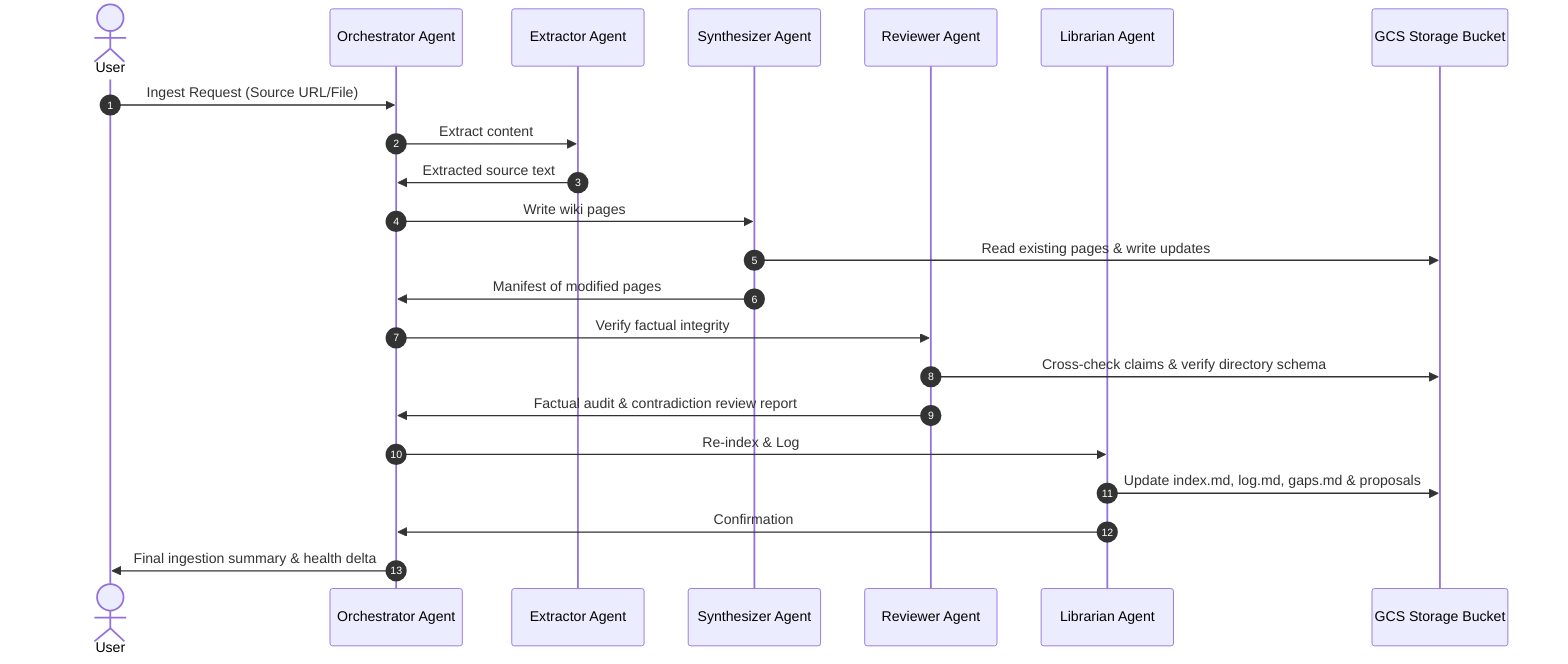
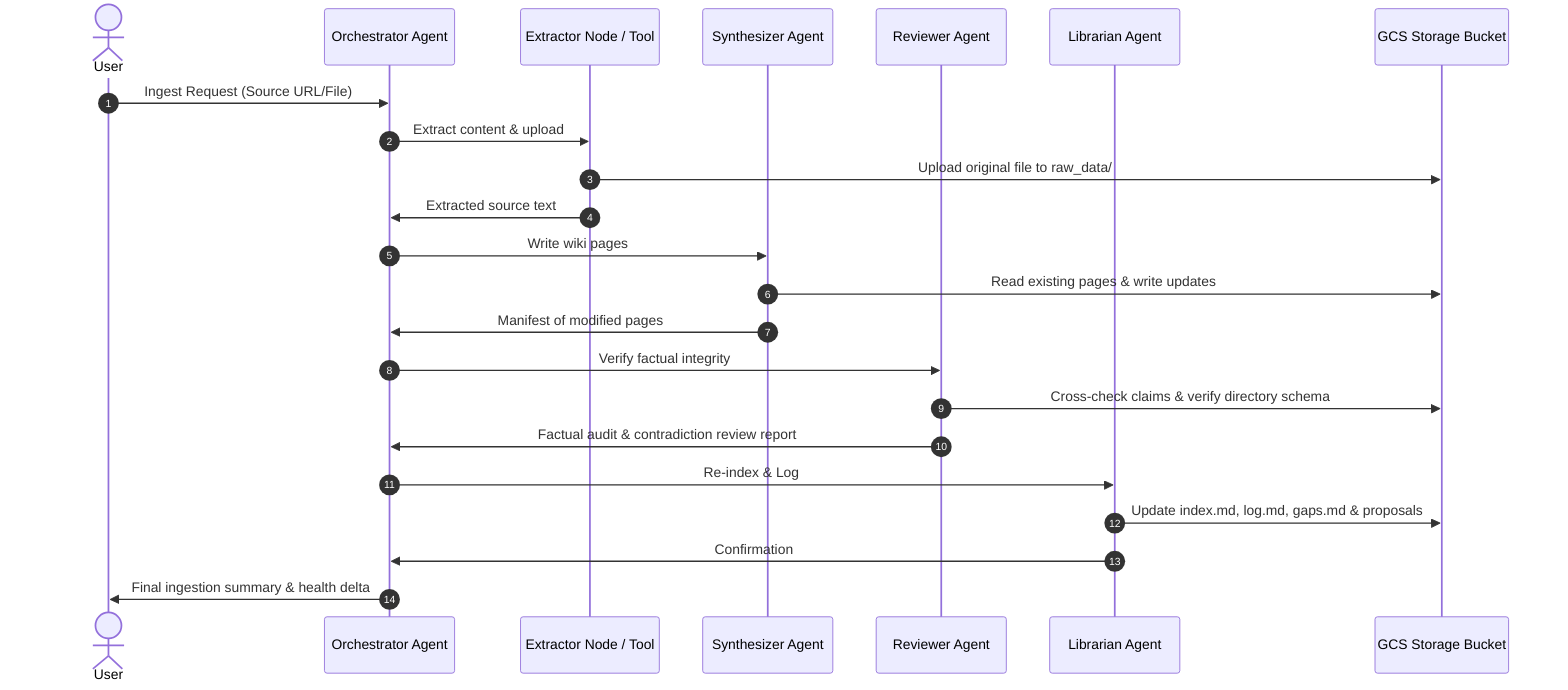
sequenceDiagram
    autonumber
    actor User
    participant Orchestrator as Orchestrator Agent
-     participant Extractor as Extractor Agent
+     participant Extractor as Extractor Node / Tool
    participant Synthesizer as Synthesizer Agent
    participant Reviewer as Reviewer Agent
    participant Librarian as Librarian Agent
    participant GCS as GCS Storage Bucket

    User->>Orchestrator: Ingest Request (Source URL/File)
-     Orchestrator->>Extractor: Extract content
+     Orchestrator->>Extractor: Extract content & upload
+     Extractor->>GCS: Upload original file to raw_data/
    Extractor->>Orchestrator: Extracted source text
    Orchestrator->>Synthesizer: Write wiki pages
    Synthesizer->>GCS: Read existing pages & write updates
    Synthesizer->>Orchestrator: Manifest of modified pages
    Orchestrator->>Reviewer: Verify factual integrity
    Reviewer->>GCS: Cross-check claims & verify directory schema
    Reviewer->>Orchestrator: Factual audit & contradiction review report
    Orchestrator->>Librarian: Re-index & Log
    Librarian->>GCS: Update index.md, log.md, gaps.md & proposals
    Librarian->>Orchestrator: Confirmation
-     Orchestrator->>User: Final ingestion summary & health delta+     Orchestrator->>User: Final ingestion summary & health delta
